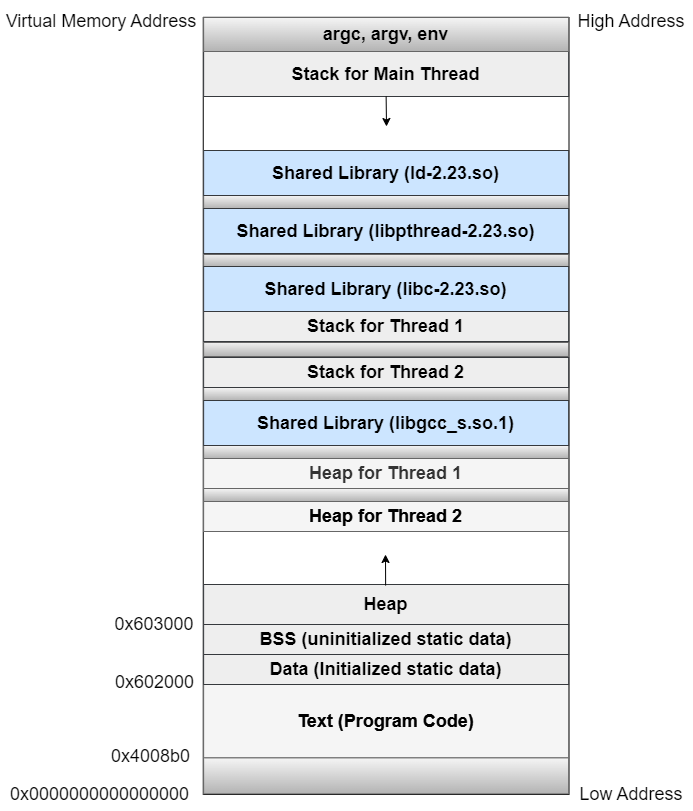
Before: project1/Virtual_Memory_Layout.drawio.png, a diagram exported from draw.io (sShaAanGg/Linux-OS-projects). Source tidied: cells renumbered, new cells last; positions are measured from the earlier drawing's top-left corner, leaving out a move shared by most shapes.
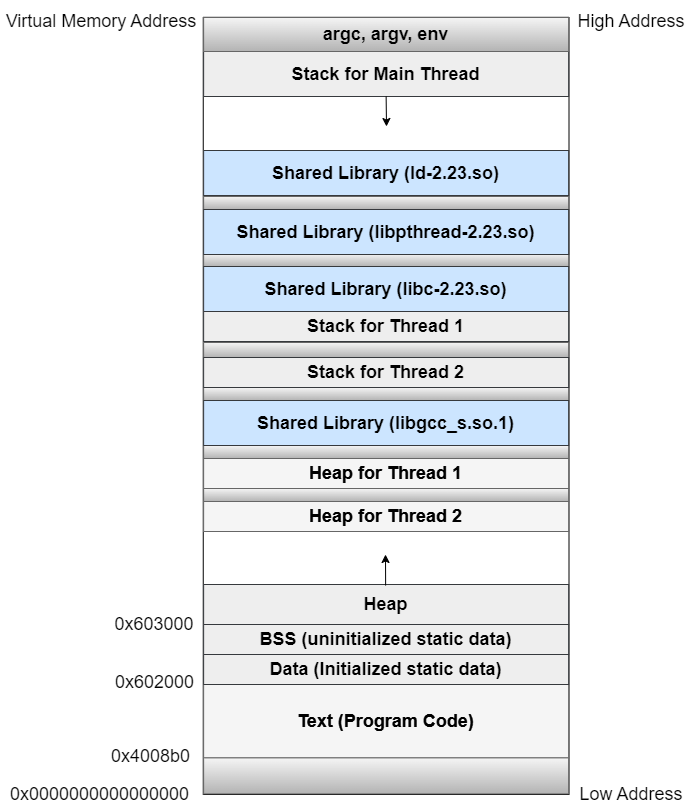
After the change.

The edit, as a diff of the source:
```diff
@@ -69,13 +69,13 @@
       <mxGeometry x="206.1" y="381" width="365" height="13" as="geometry" />
     </mxCell>
     <mxCell id="22" value="&lt;h4&gt;&lt;br&gt;&lt;/h4&gt;" style="text;html=1;align=center;verticalAlign=middle;whiteSpace=wrap;rounded=0;fontSize=18;fillColor=#f5f5f5;strokeColor=#666666;gradientColor=#b3b3b3;" parent="1" vertex="1">
-      <mxGeometry x="206.1" y="335" width="365" height="15" as="geometry" />
+      <mxGeometry x="206.1" y="336" width="365" height="15" as="geometry" />
     </mxCell>
     <mxCell id="23" value="&lt;h4&gt;&lt;br&gt;&lt;/h4&gt;" style="text;html=1;align=center;verticalAlign=middle;whiteSpace=wrap;rounded=0;fontSize=18;fillColor=#f5f5f5;strokeColor=#666666;gradientColor=#b3b3b3;" parent="1" vertex="1">
       <mxGeometry x="206.1" y="247" width="365" height="13" as="geometry" />
     </mxCell>
     <mxCell id="24" value="&lt;h4&gt;&lt;br&gt;&lt;/h4&gt;" style="text;html=1;align=center;verticalAlign=middle;whiteSpace=wrap;rounded=0;fontSize=18;fillColor=#f5f5f5;strokeColor=#666666;gradientColor=#b3b3b3;" parent="1" vertex="1">
-      <mxGeometry x="206.1" y="189" width="365" height="13" as="geometry" />
+      <mxGeometry x="206.1" y="190" width="365" height="13" as="geometry" />
     </mxCell>
     <mxCell id="25" value="&lt;h4&gt;argc, argv, env&lt;/h4&gt;" style="text;html=1;align=center;verticalAlign=middle;whiteSpace=wrap;rounded=0;fontSize=18;fillColor=#f5f5f5;strokeColor=#666666;gradientColor=#b3b3b3;" parent="1" vertex="1">
       <mxGeometry x="206.1" y="11" width="365" height="34" as="geometry" />
@@ -101,7 +101,7 @@
     <mxCell id="32" value="&lt;h4&gt;Heap for Thread 2&lt;/h4&gt;" style="text;html=1;align=center;verticalAlign=middle;whiteSpace=wrap;rounded=0;fontSize=18;" parent="1" vertex="1">
       <mxGeometry x="206.1" y="495" width="365" height="30" as="geometry" />
     </mxCell>
-    <mxCell id="33" value="&lt;h4&gt;Heap for Thread 1&lt;/h4&gt;" style="text;html=1;align=center;verticalAlign=middle;whiteSpace=wrap;rounded=0;fontSize=18;fillColor=#f5f5f5;strokeColor=#666666;fontColor=#333333;" parent="1" vertex="1">
+    <mxCell id="33" value="&lt;h4&gt;Heap for Thread 1&lt;/h4&gt;" style="text;html=1;align=center;verticalAlign=middle;whiteSpace=wrap;rounded=0;fontSize=18;" parent="1" vertex="1">
       <mxGeometry x="206.1" y="452" width="365" height="30" as="geometry" />
     </mxCell>
     <mxCell id="34" value="&lt;h4&gt;Shared Library (libgcc_s.so.1)&lt;/h4&gt;" style="text;html=1;align=center;verticalAlign=middle;whiteSpace=wrap;rounded=0;fontSize=18;fillColor=#cce5ff;strokeColor=#36393d;" parent="1" vertex="1">
@@ -162,7 +162,7 @@
       <mxGeometry x="206.1" y="144" width="365" height="45" as="geometry" />
     </mxCell>
     <mxCell id="53" value="&lt;h4&gt;Shared Library (libpthread-2.23.so)&lt;br&gt;&lt;/h4&gt;" style="text;html=1;align=center;verticalAlign=middle;whiteSpace=wrap;rounded=0;fontSize=18;fillColor=#cce5ff;strokeColor=#36393d;" parent="1" vertex="1">
-      <mxGeometry x="206.1" y="202" width="365" height="45" as="geometry" />
+      <mxGeometry x="206.1" y="203" width="365" height="45" as="geometry" />
     </mxCell>
     <mxCell id="54" value="Virtual Memory Address" style="text;html=1;strokeColor=none;fillColor=none;align=center;verticalAlign=middle;whiteSpace=wrap;rounded=0;fontFamily=Helvetica;fontSize=18;" parent="1" vertex="1">
       <mxGeometry x="6" width="195.5" height="30" as="geometry" />
```
